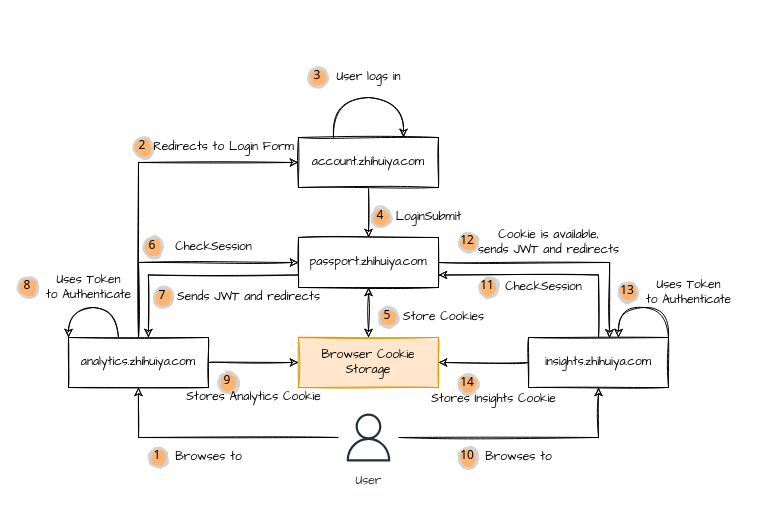
The draw.io diagram SSO Process.drawio in yindongjun/gangzhang.github.io, before the edit. Source tidied: cells renumbered, new cells numbered last; positions are measured from the earlier drawing's top-left corner, leaving out a move shared by most shapes. Both pictures are drawn from the tidied source at 100%, with x=0, y=0 at pixel (18, 67).
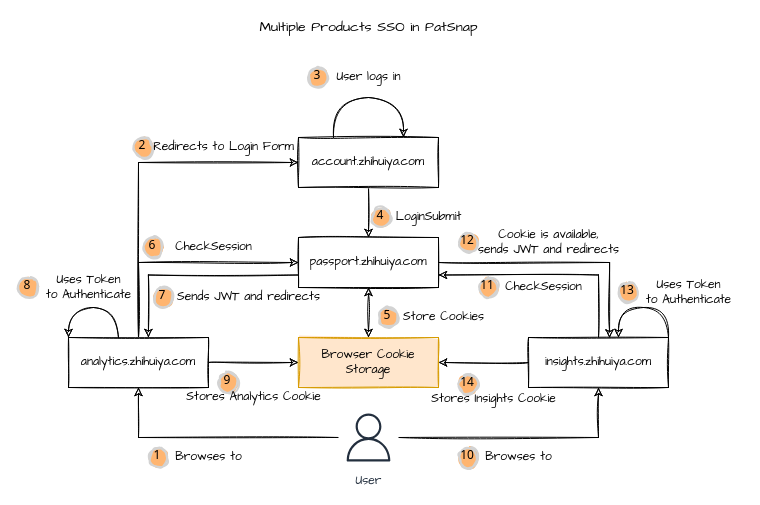
The same page after the edit.

Diff of the diagram source:
```diff
@@
+    <mxCell id="50" value="&lt;font style=&quot;font-size: 14px&quot;&gt;Multiple Products SSO in PatSnap&lt;/font&gt;" style="text;html=1;align=center;verticalAlign=middle;strokeColor=none;fillColor=none;fontFamily=Comic Sans MS;" parent="1" vertex="1">
+      <mxGeometry x="230" y="-50" width="240" height="20" as="geometry" />
+    </mxCell>
```
